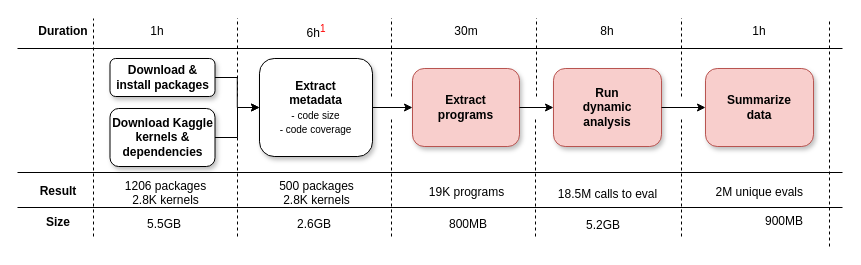
aviralg/revalstudy keeps this draw.io diagram as inst/paper/img/pipeline.drawio. Above is the earlier version. Source tidied: cells renumbered, new cells numbered last; positions are measured from the earlier drawing's top-left corner, leaving out a move shared by most shapes. Both pictures are drawn from the tidied source at 100%, with x=0, y=0 at pixel (17, 18).
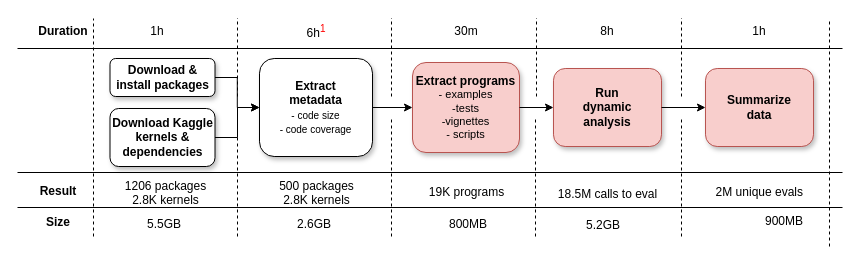
Above is the later version.

What changed in the source:
```diff
@@
-    <mxCell id="5" value="Extract &lt;br&gt;programs" style="whiteSpace=wrap;html=1;rounded=1;shadow=1;fontStyle=1;fillColor=#f8cecc;strokeColor=#b85450;" parent="1" vertex="1">
-      <mxGeometry x="395" y="50" width="107" height="78" as="geometry" />
+    <mxCell id="5" value="Extract programs&lt;br&gt;&lt;div style=&quot;font-size: 11px&quot;&gt;&lt;span style=&quot;font-weight: normal&quot;&gt;&lt;font style=&quot;font-size: 11px&quot;&gt;- examples&lt;/font&gt;&lt;/span&gt;&lt;/div&gt;&lt;div style=&quot;font-size: 11px&quot;&gt;&lt;span style=&quot;font-weight: normal&quot;&gt;&lt;font style=&quot;font-size: 11px&quot;&gt;-tests&lt;/font&gt;&lt;/span&gt;&lt;/div&gt;&lt;div style=&quot;font-size: 11px&quot;&gt;&lt;span style=&quot;font-weight: normal&quot;&gt;&lt;font style=&quot;font-size: 11px&quot;&gt;-vignettes&lt;/font&gt;&lt;/span&gt;&lt;/div&gt;&lt;div style=&quot;font-size: 11px&quot;&gt;&lt;span style=&quot;font-weight: normal&quot;&gt;&lt;font style=&quot;font-size: 11px&quot;&gt;- scripts&lt;/font&gt;&lt;/span&gt;&lt;br&gt;&lt;/div&gt;" style="whiteSpace=wrap;html=1;rounded=1;shadow=1;fontStyle=1;fillColor=#f8cecc;strokeColor=#b85450;" parent="1" vertex="1">
+      <mxGeometry x="395" y="44" width="107" height="90" as="geometry" />
     </mxCell>
```
